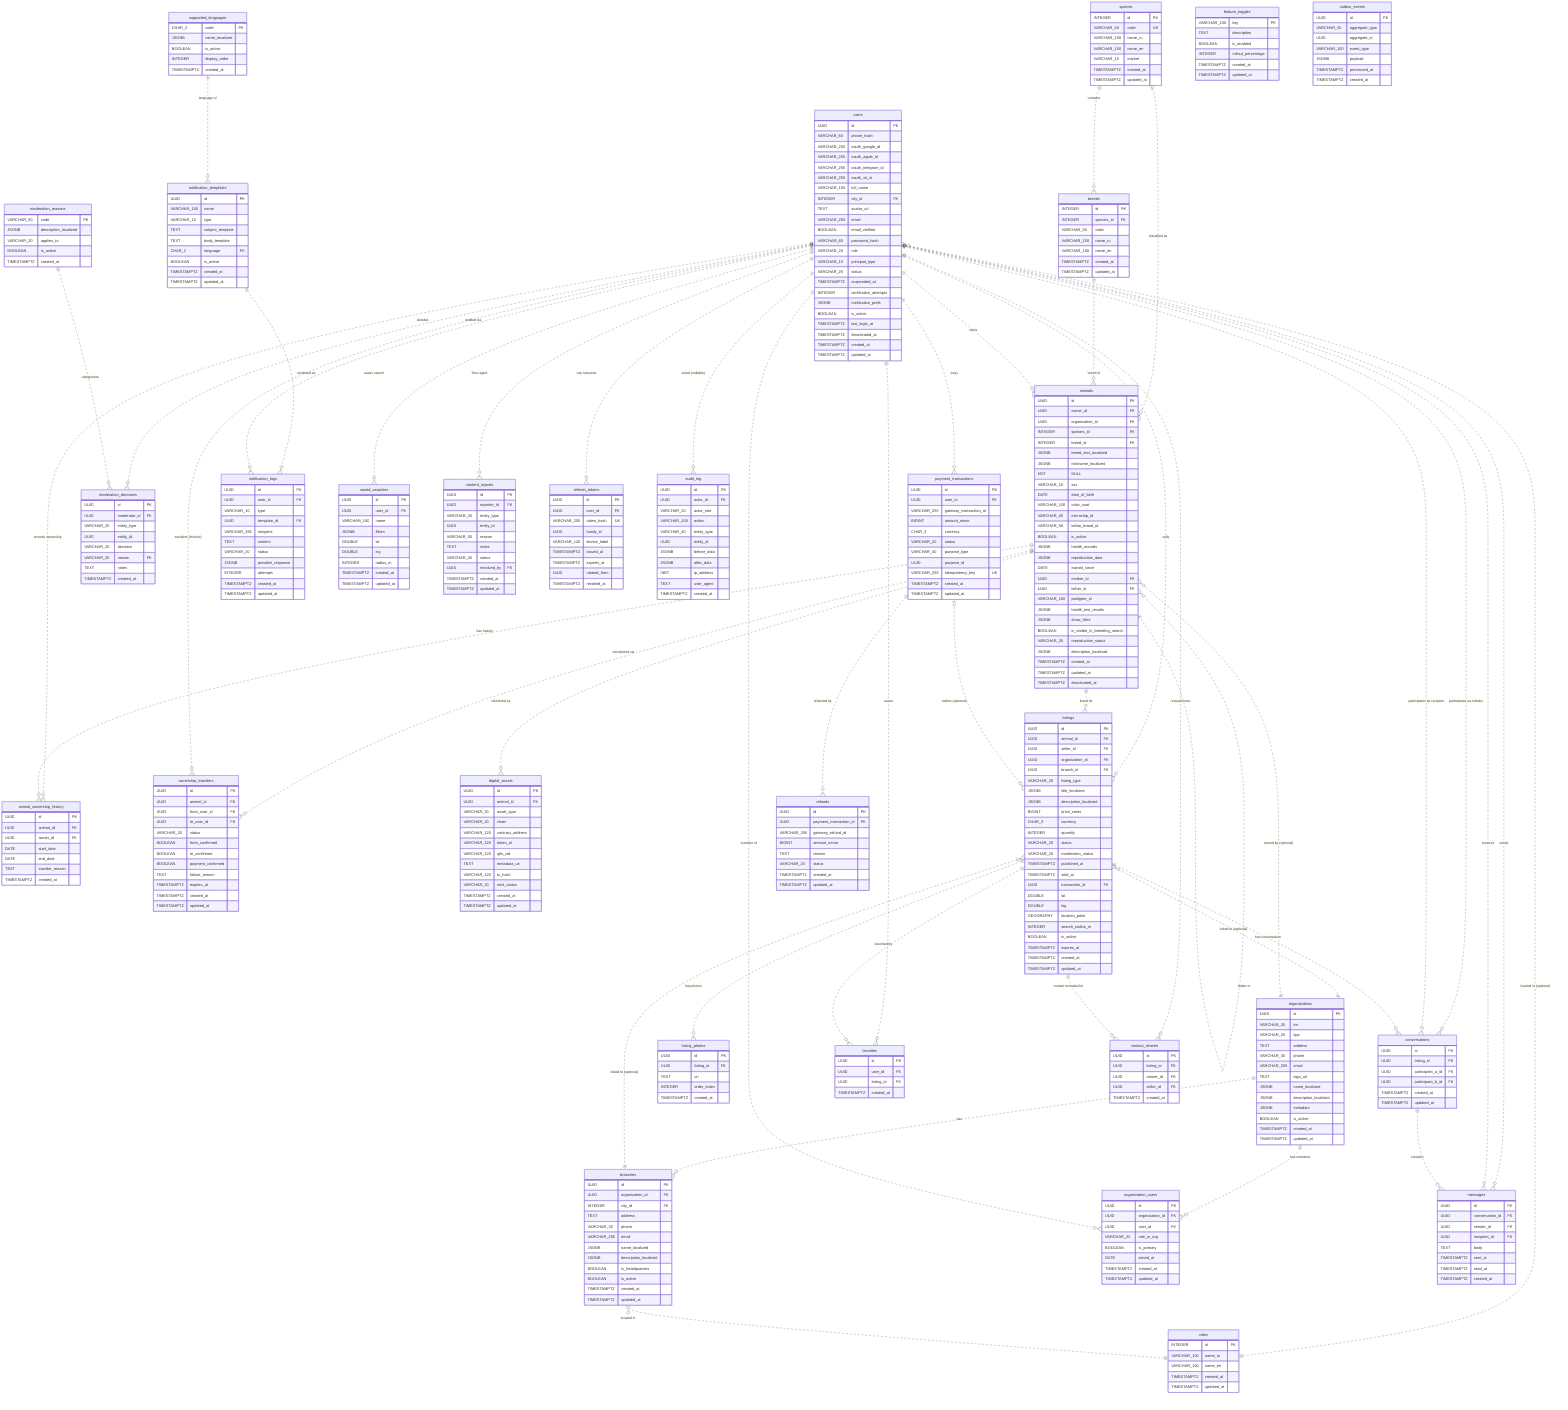
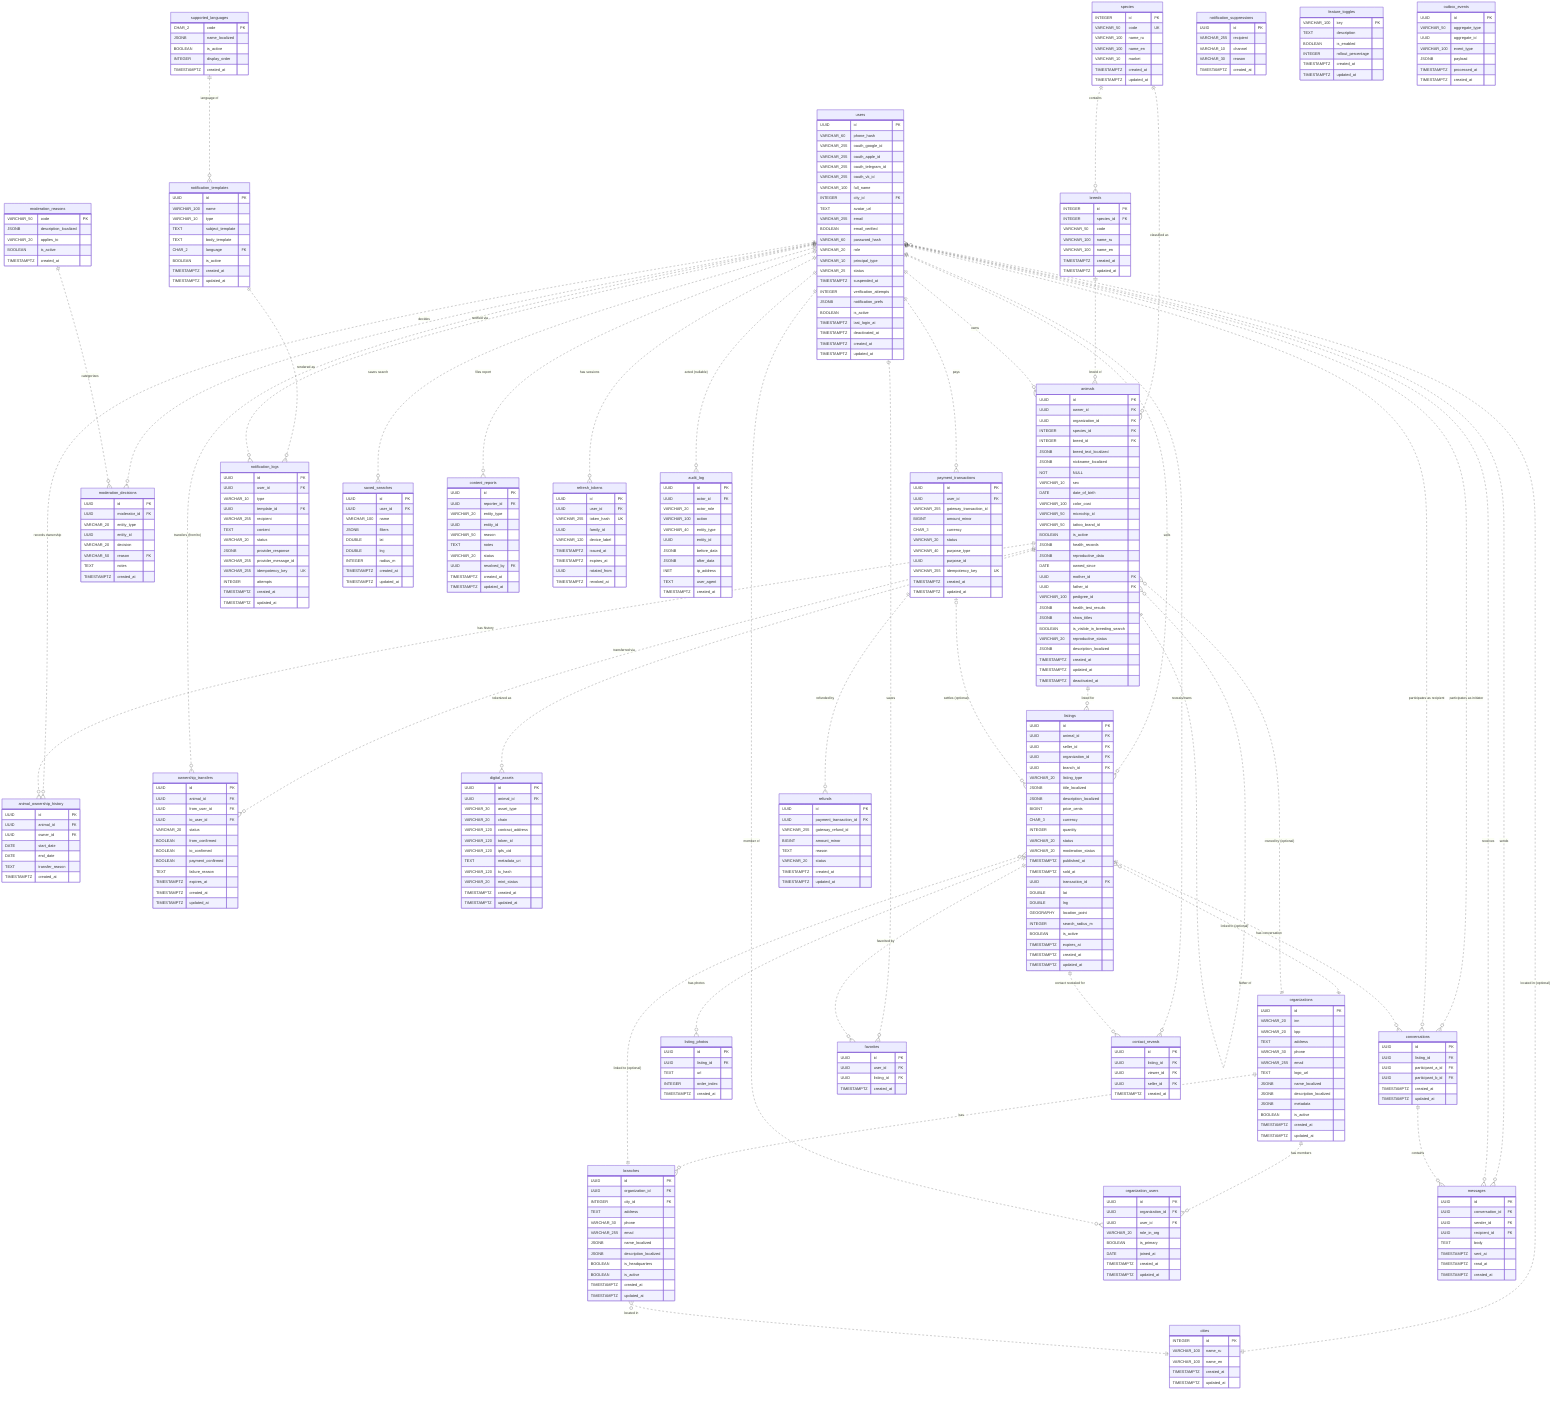
erDiagram
    %% Reference Data Tables
    species {
        INTEGER id PK
        VARCHAR_50 code UK
        VARCHAR_100 name_ru
        VARCHAR_100 name_en
        VARCHAR_10 market
        TIMESTAMPTZ created_at
        TIMESTAMPTZ updated_at
    }
    breeds {
        INTEGER id PK
        INTEGER species_id FK
        VARCHAR_50 code
        VARCHAR_100 name_ru
        VARCHAR_100 name_en
        TIMESTAMPTZ created_at
        TIMESTAMPTZ updated_at
        %% UK (species_id, code)
    }
    cities {
        INTEGER id PK
        VARCHAR_100 name_ru
        VARCHAR_100 name_en
        TIMESTAMPTZ created_at
        TIMESTAMPTZ updated_at
    }
    supported_languages {
        CHAR_2 code PK
        JSONB name_localized
        BOOLEAN is_active
        INTEGER display_order
        TIMESTAMPTZ created_at
    }

    %% Identity Domain
    users {
        UUID id PK
        VARCHAR_60 phone_hash
        VARCHAR_255 oauth_google_id
        VARCHAR_255 oauth_apple_id
        VARCHAR_255 oauth_telegram_id
        VARCHAR_255 oauth_vk_id
        VARCHAR_100 full_name
        INTEGER city_id FK
        TEXT avatar_url
        VARCHAR_255 email
        BOOLEAN email_verified
        VARCHAR_60 password_hash
        VARCHAR_20 role
        VARCHAR_10 principal_type
        VARCHAR_25 status
        TIMESTAMPTZ suspended_at
        INTEGER verification_attempts
        JSONB notification_prefs
        BOOLEAN is_active
        TIMESTAMPTZ last_login_at
        TIMESTAMPTZ deactivated_at
        TIMESTAMPTZ created_at
        TIMESTAMPTZ updated_at
    }

    %% Animal Domain
    animals {
        UUID id PK
        UUID owner_id FK
        UUID organization_id FK
        INTEGER species_id FK
        INTEGER breed_id FK
        JSONB breed_text_localized
        JSONB nickname_localized NOT NULL
        VARCHAR_10 sex
        DATE date_of_birth
        VARCHAR_100 color_coat
        VARCHAR_50 microchip_id
        VARCHAR_50 tattoo_brand_id
        BOOLEAN is_active
        JSONB health_records
        JSONB reproductive_data
        DATE owned_since
        UUID mother_id FK
        UUID father_id FK
        VARCHAR_100 pedigree_id
        JSONB health_test_results
        JSONB show_titles
        BOOLEAN is_visible_in_breeding_search
        VARCHAR_20 reproductive_status
        JSONB description_localized
        TIMESTAMPTZ created_at
        TIMESTAMPTZ updated_at
        TIMESTAMPTZ deactivated_at
    }
    animal_ownership_history {
        UUID id PK
        UUID animal_id FK
        UUID owner_id FK
        DATE start_date
        DATE end_date
        TEXT transfer_reason
        TIMESTAMPTZ created_at
    }
    ownership_transfers {
        UUID id PK
        UUID animal_id FK
        UUID from_user_id FK
        UUID to_user_id FK
        VARCHAR_20 status
        BOOLEAN from_confirmed
        BOOLEAN to_confirmed
        BOOLEAN payment_confirmed
        TEXT failure_reason
        TIMESTAMPTZ expires_at
        TIMESTAMPTZ created_at
        TIMESTAMPTZ updated_at
    }
    digital_assets {
        UUID id PK
        UUID animal_id FK
        VARCHAR_30 asset_type
        VARCHAR_20 chain
        VARCHAR_120 contract_address
        VARCHAR_120 token_id
        VARCHAR_120 ipfs_cid
        TEXT metadata_uri
        VARCHAR_120 tx_hash
        VARCHAR_20 mint_status
        TIMESTAMPTZ created_at
        TIMESTAMPTZ updated_at
        %% ADR-0010: NFT readiness hook; gated by feature_toggles
    }

    %% Organization Domain
    organizations {
        UUID id PK
        VARCHAR_20 inn
        VARCHAR_20 kpp
        TEXT address
        VARCHAR_30 phone
        VARCHAR_255 email
        TEXT logo_url
        JSONB name_localized
        JSONB description_localized
        JSONB metadata
        BOOLEAN is_active
        TIMESTAMPTZ created_at
        TIMESTAMPTZ updated_at
    }
    branches {
        UUID id PK
        UUID organization_id FK
        INTEGER city_id FK
        TEXT address
        VARCHAR_30 phone
        VARCHAR_255 email
        JSONB name_localized
        JSONB description_localized
        BOOLEAN is_headquarters
        BOOLEAN is_active
        TIMESTAMPTZ created_at
        TIMESTAMPTZ updated_at
    }
    organization_users {
        UUID id PK
        UUID organization_id FK
        UUID user_id FK
        VARCHAR_20 role_in_org
        BOOLEAN is_primary
        DATE joined_at
        TIMESTAMPTZ created_at
        TIMESTAMPTZ updated_at
        %% UK (organization_id, user_id)
    }

    %% Marketplace/Listings Domain
    listings {
        UUID id PK
        UUID animal_id FK
        UUID seller_id FK
        UUID organization_id FK
        UUID branch_id FK
        VARCHAR_20 listing_type
        JSONB title_localized
        JSONB description_localized
        BIGINT price_cents
        CHAR_3 currency
        INTEGER quantity
        VARCHAR_20 status
        VARCHAR_20 moderation_status
        TIMESTAMPTZ published_at
        TIMESTAMPTZ sold_at
        UUID transaction_id FK
        DOUBLE lat
        DOUBLE lng
        GEOGRAPHY location_point
        INTEGER search_radius_m
        BOOLEAN is_active
        TIMESTAMPTZ expires_at
        TIMESTAMPTZ created_at
        TIMESTAMPTZ updated_at
        %% UK (animal_id, listing_type) WHERE status='ACTIVE'
    }
    listing_photos {
        UUID id PK
        UUID listing_id FK
        TEXT url
        INTEGER order_index
        TIMESTAMPTZ created_at
    }
    conversations {
        UUID id PK
        UUID listing_id FK
        UUID participant_a_id FK
        UUID participant_b_id FK
        TIMESTAMPTZ created_at
        TIMESTAMPTZ updated_at
    }
    messages {
        UUID id PK
        UUID conversation_id FK
        UUID sender_id FK
        UUID recipient_id FK
        TEXT body
        TIMESTAMPTZ sent_at
        TIMESTAMPTZ read_at
        TIMESTAMPTZ created_at
    }

    %% Moderation Domain
    moderation_reasons {
        VARCHAR_50 code PK
        JSONB description_localized
        VARCHAR_20 applies_to
        BOOLEAN is_active
        TIMESTAMPTZ created_at
    }
    moderation_decisions {
        UUID id PK
        UUID moderator_id FK
        VARCHAR_20 entity_type
        UUID entity_id
        VARCHAR_20 decision
        VARCHAR_50 reason FK
        TEXT notes
        TIMESTAMPTZ created_at
        %% append-only (immutable)
    }

    %% Payment Domain
    payment_transactions {
        UUID id PK
        UUID user_id FK
        VARCHAR_255 gateway_transaction_id
        BIGINT amount_minor
        CHAR_3 currency
        VARCHAR_20 status
        VARCHAR_40 purpose_type
        UUID purpose_id
        VARCHAR_255 idempotency_key UK
        TIMESTAMPTZ created_at
        TIMESTAMPTZ updated_at
    }
    refunds {
        UUID id PK
        UUID payment_transaction_id FK
        VARCHAR_255 gateway_refund_id
        BIGINT amount_minor
        TEXT reason
        VARCHAR_20 status
        TIMESTAMPTZ created_at
        TIMESTAMPTZ updated_at
    }

    %% Notification Domain
    notification_templates {
        UUID id PK
        VARCHAR_100 name
        VARCHAR_10 type
        TEXT subject_template
        TEXT body_template
        CHAR_2 language FK
        BOOLEAN is_active
        TIMESTAMPTZ created_at
        TIMESTAMPTZ updated_at
        %% UK (name, type, language)
    }
    notification_logs {
        UUID id PK
        UUID user_id FK
        VARCHAR_10 type
        UUID template_id FK
        VARCHAR_255 recipient
        TEXT content
        VARCHAR_20 status
        JSONB provider_response
+         VARCHAR_255 provider_message_id
+         VARCHAR_255 idempotency_key UK
        INTEGER attempts
        TIMESTAMPTZ created_at
        TIMESTAMPTZ updated_at
+     }
+     notification_suppressions {
+         UUID id PK
+         VARCHAR_255 recipient
+         VARCHAR_10 channel
+         VARCHAR_30 reason
+         TIMESTAMPTZ created_at
+         %% (recipient, channel) UNIQUE — hard-bounce / unsubscribe
    }

    %% Favorites & Saved Searches (MVP)
    favorites {
        UUID id PK
        UUID user_id FK
        UUID listing_id FK
        TIMESTAMPTZ created_at
        %% UK (user_id, listing_id)
    }
    saved_searches {
        UUID id PK
        UUID user_id FK
        VARCHAR_100 name
        JSONB filters
        DOUBLE lat
        DOUBLE lng
        INTEGER radius_m
        TIMESTAMPTZ created_at
        TIMESTAMPTZ updated_at
    }
    content_reports {
        UUID id PK
        UUID reporter_id FK
        VARCHAR_20 entity_type
        UUID entity_id
        VARCHAR_50 reason
        TEXT notes
        VARCHAR_20 status
        UUID resolved_by FK
        TIMESTAMPTZ created_at
        TIMESTAMPTZ updated_at
    }
    contact_reveals {
        UUID id PK
        UUID listing_id FK
        UUID viewer_id FK
        UUID seller_id FK
        TIMESTAMPTZ created_at
        %% ADR-0005: MVP "contact the seller" (no chat); audit + rate-limit source
    }

    %% Identity sessions & audit (round-4 integrity)
    refresh_tokens {
        UUID id PK
        UUID user_id FK
        VARCHAR_255 token_hash UK
        UUID family_id
        VARCHAR_120 device_label
        TIMESTAMPTZ issued_at
        TIMESTAMPTZ expires_at
        UUID rotated_from
        TIMESTAMPTZ revoked_at
    }
    audit_log {
        UUID id PK
        UUID actor_id FK
        VARCHAR_20 actor_role
        VARCHAR_100 action
        VARCHAR_40 entity_type
        UUID entity_id
        JSONB before_data
        JSONB after_data
        INET ip_address
        TEXT user_agent
        TIMESTAMPTZ created_at
        %% append-only
    }

    %% Extensibility / System Tables
    feature_toggles {
        VARCHAR_100 key PK
        TEXT description
        BOOLEAN is_enabled
        INTEGER rollout_percentage
        TIMESTAMPTZ created_at
        TIMESTAMPTZ updated_at
    }
    outbox_events {
        UUID id PK
        VARCHAR_50 aggregate_type
        UUID aggregate_id
        VARCHAR_100 event_type
        JSONB payload
        TIMESTAMPTZ processed_at
        TIMESTAMPTZ created_at
    }

    %% Relationships
    species ||..o{ breeds : "contains"
    species ||..o{ animals : "classified as"
    breeds ||..o{ animals : "breed of"
    users }o..|| cities : "located in (optional)"
    users ||..o{ animals : "owns"
    users ||..o{ animal_ownership_history : "records ownership"
    users ||..o{ listings : "sells"
    users ||..o{ conversations : "participates as initiator"
    users ||..o{ conversations : "participates as recipient"
    users ||..o{ messages : "sends"
    users ||..o{ messages : "receives"
    animals ||..o{ animal_ownership_history : "has history"
    animals ||..o{ listings : "listed for"
    animals ||..o{ ownership_transfers : "transferred via"
    users ||..o{ ownership_transfers : "transfers (from/to)"
    animals ||..o{ digital_assets : "tokenized as"
    animals }o..|| animals : "mother of"
    animals }o..|| animals : "father of"
    listings ||..o{ listing_photos : "has photos"
    listings ||..o{ conversations : "has conversation"
    conversations ||..o{ messages : "contains"
    users ||..o{ favorites : "saves"
    listings ||..o{ favorites : "favorited by"
    users ||..o{ saved_searches : "saves search"
    users ||..o{ content_reports : "files report"
    users ||..o{ contact_reveals : "reveals/owns"
    listings ||..o{ contact_reveals : "contact revealed for"
    users ||..o{ refresh_tokens : "has sessions"
    users ||..o{ audit_log : "acted (nullable)"

    %% Organization Domain Relationships (junction = M:N resolved)
    organizations ||..o{ organization_users : "has members"
    users ||..o{ organization_users : "member of"
    organizations ||..o{ branches : "has"
    branches }o..|| cities : "located in"
    listings }o..|| organizations : "linked to (optional)"
    listings }o..|| branches : "linked to (optional)"
    animals }o..|| organizations : "owned by (optional)"

    %% Moderation / Payment / Notification Relationships
    users ||..o{ moderation_decisions : "decides"
    moderation_reasons ||..o{ moderation_decisions : "categorizes"
    users ||..o{ payment_transactions : "pays"
    payment_transactions ||..o{ refunds : "refunded by"
    payment_transactions |o..o{ listings : "settles (optional)"
    supported_languages ||..o{ notification_templates : "language of"
    notification_templates ||..o{ notification_logs : "rendered as"
    users ||..o{ notification_logs : "notified via"
